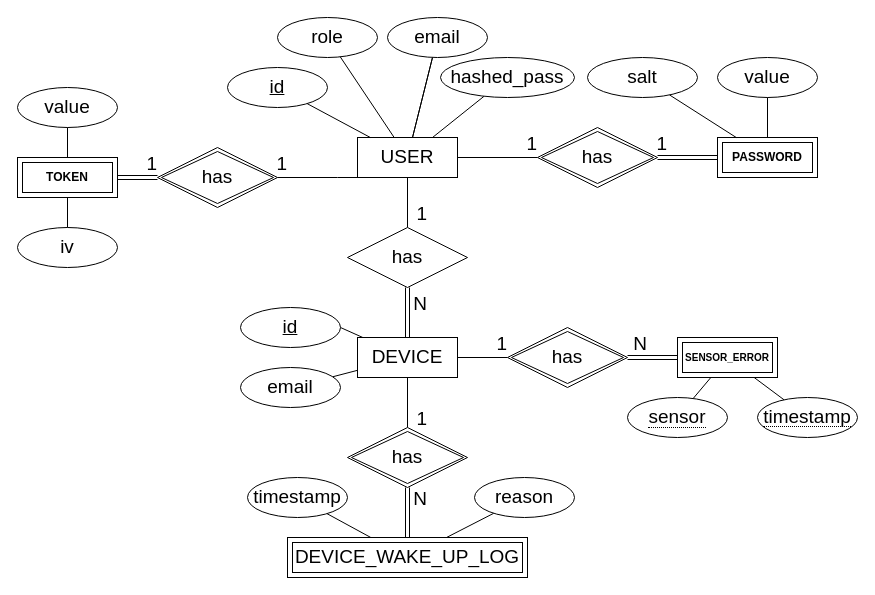
Earlier version of the draw.io diagram Diagrams/PostgresDB-diagram.drawio (MiguelRocha2001/PS-Monitor-IoT-System). Source tidied: cells renumbered, new cells numbered last; positions are measured from the earlier drawing's top-left corner, leaving out a move shared by most shapes. Both pictures are drawn from the tidied source at 100%, with x=0, y=0 at pixel (17, 17).
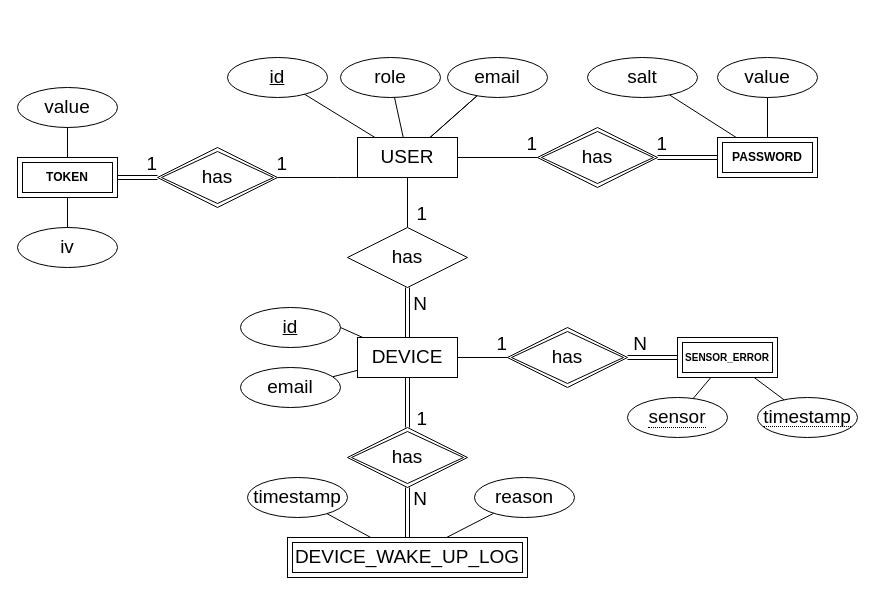
The same page after the edit.

Unchanged cells that the change refers to:
```xml
<mxCell id="5" value="&lt;font style=&quot;font-size: 19px;&quot;&gt;USER&lt;/font&gt;" style="whiteSpace=wrap;html=1;align=center;" parent="1" vertex="1">
  <mxGeometry x="340" y="120" width="100" height="40" as="geometry" />
</mxCell>
<mxCell id="25" value="&lt;font style=&quot;font-size: 19px;&quot;&gt;DEVICE&lt;/font&gt;" style="whiteSpace=wrap;html=1;align=center;" parent="1" vertex="1">
  <mxGeometry x="340" y="320" width="100" height="40" as="geometry" />
</mxCell>
<mxCell id="35" value="has" style="shape=rhombus;double=1;perimeter=rhombusPerimeter;whiteSpace=wrap;html=1;align=center;fontSize=19;" parent="1" vertex="1">
  <mxGeometry x="330" y="410" width="120" height="60" as="geometry" />
</mxCell>
```

Change to the diagram source:
```diff
@@
     <mxCell id="6" value="&lt;font style=&quot;font-size: 19px;&quot;&gt;id&lt;/font&gt;" style="ellipse;whiteSpace=wrap;html=1;align=center;fontStyle=4;" parent="1" vertex="1">
-      <mxGeometry x="210" y="50" width="100" height="40" as="geometry" />
+      <mxGeometry x="210" y="40" width="100" height="40" as="geometry" />
     </mxCell>
@@
-    <mxCell id="9" style="endArrow=none;html=1;rounded=0;" parent="1" edge="1" source="10" target="5">
-      <mxGeometry relative="1" as="geometry" />
-    </mxCell>
-    <mxCell id="10" value="&lt;font style=&quot;font-size: 19px;&quot;&gt;hashed_pass&lt;/font&gt;" style="ellipse;whiteSpace=wrap;html=1;align=center;fontSize=12;" parent="1" vertex="1">
-      <mxGeometry x="423" y="40" width="134" height="40" as="geometry" />
-    </mxCell>
@@
-    <mxCell id="24" style="edgeStyle=orthogonalEdgeStyle;rounded=0;jettySize=auto;html=1;endArrow=none;endFill=0;" parent="1" edge="1" source="25" target="35">
+    <mxCell id="24" style="edgeStyle=orthogonalEdgeStyle;rounded=0;jettySize=auto;html=1;endArrow=none;endFill=0;shape=link;" parent="1" edge="1" source="25" target="35">
       <mxGeometry relative="1" as="geometry" />
     </mxCell>
@@
     <mxCell id="42" value="&lt;font style=&quot;font-size: 19px;&quot;&gt;email&lt;/font&gt;" style="ellipse;whiteSpace=wrap;html=1;align=center;" parent="1" vertex="1">
-      <mxGeometry x="370" width="100" height="40" as="geometry" />
+      <mxGeometry x="430" y="40" width="100" height="40" as="geometry" />
     </mxCell>
@@
     <mxCell id="60" value="&lt;font style=&quot;font-size: 19px;&quot;&gt;role&lt;/font&gt;" style="ellipse;whiteSpace=wrap;html=1;align=center;" parent="1" vertex="1">
-      <mxGeometry x="260" width="100" height="40" as="geometry" />
+      <mxGeometry x="323" y="40" width="100" height="40" as="geometry" />
     </mxCell>
```
